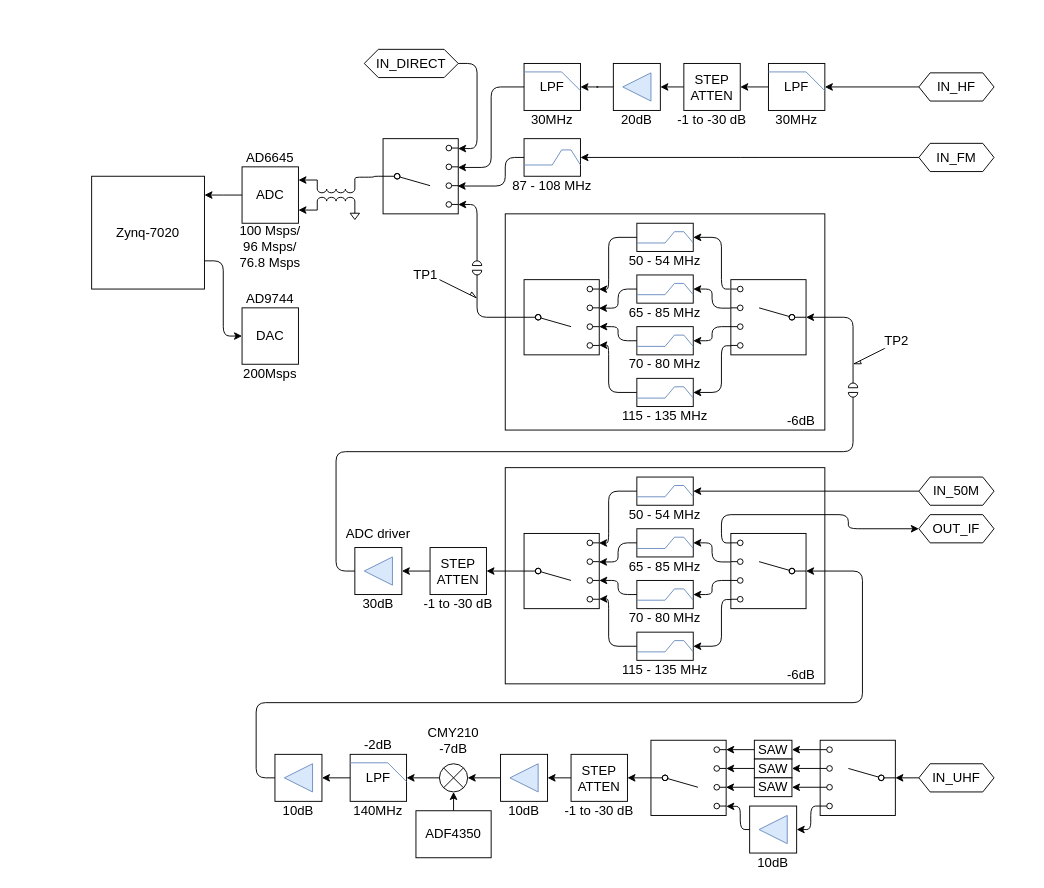
Earlier version of the draw.io diagram sdr6.drawio (gabriel-tenma-white/sdr6). Source tidied: cells renumbered, new cells numbered last; positions are measured from the earlier drawing's top-left corner, leaving out a move shared by most shapes. Both pictures are drawn from the tidied source at 94%, with x=0, y=0 at pixel (91, 49). Pictures stored in the file or linked from it are replaced by grey dashed boxes.
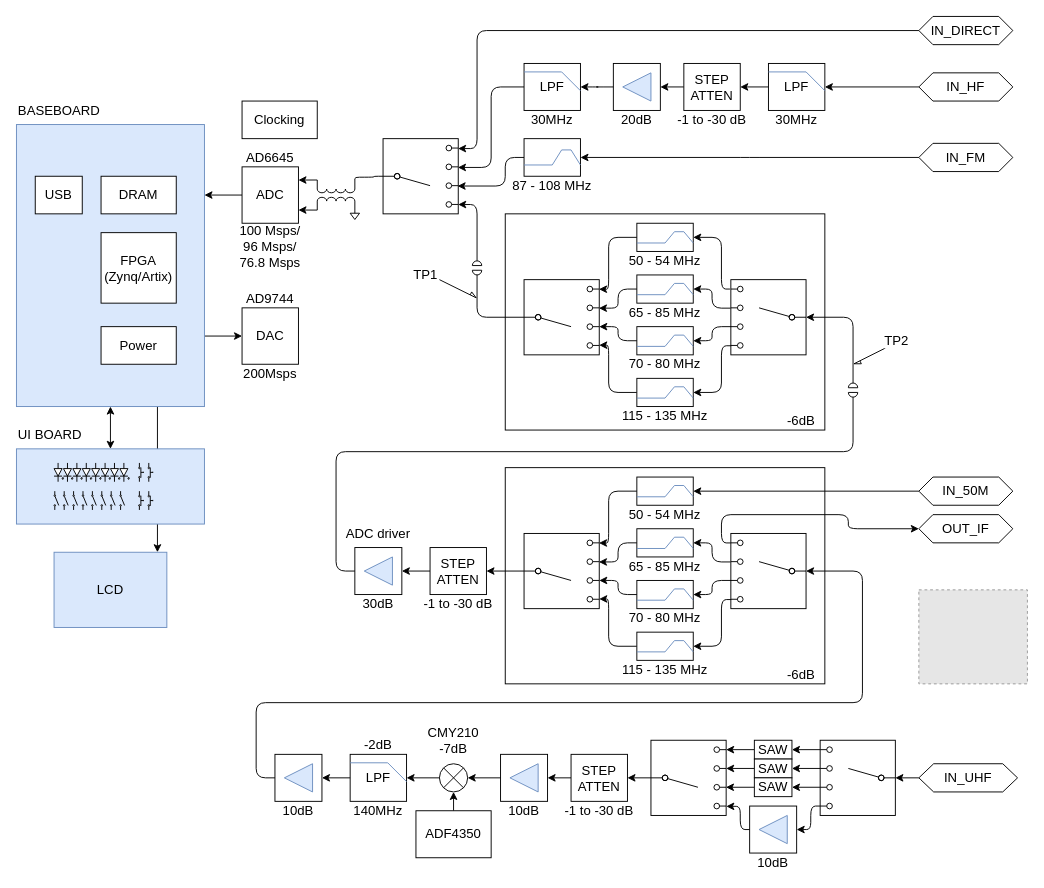
After the change.

Commit message (it also covers changes not shown here):
artix_baseboard wip

The change refers to these unchanged cells:
```xml
<mxCell id="5" value="ADC" style="rounded=0;whiteSpace=wrap;html=1;fontSize=14;" parent="1" vertex="1">
  <mxGeometry x="160" y="125" width="60" height="60" as="geometry" />
</mxCell>
<mxCell id="7" style="rounded=0;whiteSpace=wrap;html=1;rotation=180;" parent="6" vertex="1">
  <mxGeometry width="80" height="80" as="geometry" />
</mxCell>
<mxCell id="41" value="DAC" style="rounded=0;whiteSpace=wrap;html=1;fontSize=14;" parent="1" vertex="1">
  <mxGeometry x="160" y="275" width="60" height="60" as="geometry" />
</mxCell>
```

What changed in the source:
```diff
@@
-    <mxCell id="2" style="edgeStyle=elbowEdgeStyle;rounded=1;jettySize=auto;html=1;exitX=1;exitY=0.75;exitDx=0;exitDy=0;entryX=0;entryY=0.5;entryDx=0;entryDy=0;endArrow=classic;endFill=1;fontSize=12;" parent="1" edge="1" source="3" target="41">
-      <mxGeometry relative="1" as="geometry" />
-    </mxCell>
-    <mxCell id="3" value="Zynq-7020" style="whiteSpace=wrap;html=1;fontSize=14;" parent="1" vertex="1">
-      <mxGeometry y="135" width="120" height="120" as="geometry" />
-    </mxCell>
-    <mxCell id="4" style="edgeStyle=orthogonalEdgeStyle;rounded=0;jettySize=auto;html=1;exitX=0;exitY=0.5;exitDx=0;exitDy=0;endArrow=classic;endFill=1;fontSize=14;" parent="1" edge="1" source="5">
-      <mxGeometry relative="1" as="geometry">
-        <mxPoint x="120" y="155" as="targetPoint" />
-      </mxGeometry>
-    </mxCell>
+    <mxCell id="263" style="edgeStyle=orthogonalEdgeStyle;rounded=0;jettySize=auto;html=1;exitX=0;exitY=0.5;exitDx=0;exitDy=0;entryX=1;entryY=0.25;entryDx=0;entryDy=0;" parent="1" edge="1" source="5" target="267">
+      <mxGeometry relative="1" as="geometry" />
+    </mxCell>
@@
-    <mxCell id="14" style="edgeStyle=elbowEdgeStyle;rounded=1;jettySize=auto;html=1;exitX=0;exitY=0.5;exitDx=0;exitDy=0;entryX=0.002;entryY=0.868;entryDx=0;entryDy=0;entryPerimeter=0;endArrow=classic;endFill=1;fontSize=12;" parent="1" edge="1" source="15" target="7">
+    <mxCell id="14" style="edgeStyle=elbowEdgeStyle;rounded=1;jettySize=auto;html=1;exitX=1;exitY=0.5;exitDx=0;exitDy=0;entryX=0.002;entryY=0.868;entryDx=0;entryDy=0;entryPerimeter=0;endArrow=classic;endFill=1;fontSize=12;" parent="1" edge="1" source="15" target="7">
       <mxGeometry relative="1" as="geometry">
         <Array as="points">
           <mxPoint x="410" y="60" />
         </Array>
       </mxGeometry>
     </mxCell>
     <mxCell id="15" value="IN_DIRECT" style="shape=hexagon;perimeter=hexagonPerimeter2;whiteSpace=wrap;html=1;fontSize=14;direction=west;size=0.15;" parent="1" vertex="1">
-      <mxGeometry x="290" width="100" height="30" as="geometry" />
+      <mxGeometry x="880" y="-35" width="100" height="30" as="geometry" />
     </mxCell>
@@
     <mxCell id="37" value="IN_HF" style="shape=hexagon;perimeter=hexagonPerimeter2;whiteSpace=wrap;html=1;fontSize=14;direction=west;size=0.15;" parent="1" vertex="1">
-      <mxGeometry x="880" y="25" width="80" height="30" as="geometry" />
+      <mxGeometry x="880" y="25" width="100" height="30" as="geometry" />
     </mxCell>
@@
     <mxCell id="49" style="group;" parent="1" vertex="1">
-      <mxGeometry x="195" y="715" width="770" height="160" as="geometry" />
+      <mxGeometry x="195" y="715" width="790" height="160" as="geometry" />
     </mxCell>
@@
     <mxCell id="100" value="IN_UHF" style="shape=hexagon;perimeter=hexagonPerimeter2;whiteSpace=wrap;html=1;fontSize=14;direction=west;size=0.15;" parent="49" vertex="1">
-      <mxGeometry x="685" y="45" width="80" height="30" as="geometry" />
+      <mxGeometry x="685" y="45" width="105" height="30" as="geometry" />
     </mxCell>
@@
     <mxCell id="110" value="IN_FM" style="shape=hexagon;perimeter=hexagonPerimeter2;whiteSpace=wrap;html=1;fontSize=14;direction=west;size=0.15;" parent="1" vertex="1">
-      <mxGeometry x="880" y="100" width="80" height="30" as="geometry" />
+      <mxGeometry x="880" y="100" width="100" height="30" as="geometry" />
     </mxCell>
@@
     <mxCell id="182" value="IN_50M" style="shape=hexagon;perimeter=hexagonPerimeter2;whiteSpace=wrap;html=1;fontSize=14;direction=west;size=0.15;" parent="1" vertex="1">
-      <mxGeometry x="880" y="455" width="80" height="30" as="geometry" />
+      <mxGeometry x="880" y="455" width="100" height="30" as="geometry" />
     </mxCell>
     <mxCell id="183" value="OUT_IF" style="shape=hexagon;perimeter=hexagonPerimeter2;whiteSpace=wrap;html=1;fontSize=14;direction=west;size=0.15;" parent="1" vertex="1">
-      <mxGeometry x="880" y="495" width="80" height="30" as="geometry" />
+      <mxGeometry x="880" y="495" width="100" height="30" as="geometry" />
     </mxCell>
@@
+    <mxCell id="264" style="edgeStyle=orthogonalEdgeStyle;rounded=0;jettySize=auto;html=1;exitX=1;exitY=0.75;exitDx=0;exitDy=0;entryX=0;entryY=0.5;entryDx=0;entryDy=0;" parent="1" edge="1" source="267" target="41">
+      <mxGeometry relative="1" as="geometry" />
+    </mxCell>
+    <mxCell id="265" style="edgeStyle=elbowEdgeStyle;rounded=1;jettySize=auto;html=1;exitX=0.5;exitY=1;exitDx=0;exitDy=0;entryX=0.5;entryY=0;entryDx=0;entryDy=0;fontSize=14;startArrow=classic;startFill=1;" parent="1" edge="1" source="267" target="275">
+      <mxGeometry relative="1" as="geometry" />
+    </mxCell>
+    <mxCell id="266" style="edgeStyle=elbowEdgeStyle;rounded=1;jettySize=auto;html=1;exitX=0.75;exitY=1;exitDx=0;exitDy=0;startArrow=none;startFill=0;fontSize=14;" parent="1" edge="1" source="267" target="296">
+      <mxGeometry relative="1" as="geometry" />
+    </mxCell>
+    <mxCell id="267" style="rounded=0;whiteSpace=wrap;html=1;fillColor=#dae8fc;strokeColor=#6c8ebf;" parent="1" vertex="1">
+      <mxGeometry x="-80" y="80" width="200" height="300" as="geometry" />
+    </mxCell>
+    <mxCell id="268" value="BASEBOARD" style="text;html=1;strokeColor=none;fillColor=none;align=left;verticalAlign=middle;whiteSpace=wrap;rounded=0;fontSize=14;" parent="1" vertex="1">
+      <mxGeometry x="-80" y="55" width="120" height="20" as="geometry" />
+    </mxCell>
+    <mxCell id="269" value="FPGA&lt;br&gt;(Zynq/Artix)" style="rounded=0;whiteSpace=wrap;html=1;fontSize=14;align=center;" parent="1" vertex="1">
+      <mxGeometry x="10" y="195" width="80" height="75" as="geometry" />
+    </mxCell>
+    <mxCell id="270" value="Clocking" style="rounded=0;whiteSpace=wrap;html=1;fontSize=14;" parent="1" vertex="1">
+      <mxGeometry x="160" y="55" width="80" height="40" as="geometry" />
+    </mxCell>
+    <mxCell id="271" value="Power" style="rounded=0;whiteSpace=wrap;html=1;fontSize=14;align=center;" parent="1" vertex="1">
+      <mxGeometry x="10" y="295" width="80" height="40" as="geometry" />
+    </mxCell>
+    <mxCell id="272" value="DRAM" style="rounded=0;whiteSpace=wrap;html=1;fontSize=14;align=center;" parent="1" vertex="1">
+      <mxGeometry x="10" y="135" width="80" height="40" as="geometry" />
+    </mxCell>
+    <mxCell id="273" value="USB" style="rounded=0;whiteSpace=wrap;html=1;fontSize=14;align=center;" parent="1" vertex="1">
+      <mxGeometry x="-60" y="135" width="50" height="40" as="geometry" />
+    </mxCell>
+    <mxCell id="274" value="UI BOARD" style="text;html=1;strokeColor=none;fillColor=none;align=left;verticalAlign=middle;whiteSpace=wrap;rounded=0;fontSize=14;" parent="1" vertex="1">
+      <mxGeometry x="-80" y="395" width="130" height="30" as="geometry" />
+    </mxCell>
+    <mxCell id="275" style="rounded=0;whiteSpace=wrap;html=1;fontSize=14;align=center;fillColor=#dae8fc;strokeColor=#6c8ebf;" parent="1" vertex="1">
+      <mxGeometry x="-80" y="425" width="200" height="80" as="geometry" />
+    </mxCell>
+    <mxCell id="276" style="verticalLabelPosition=bottom;shadow=0;dashed=0;align=center;html=1;verticalAlign=top;shape=mxgraph.electrical.opto_electronics.led_2;fontSize=10;direction=south;" parent="1" vertex="1">
+      <mxGeometry x="-40" y="440" width="10" height="20" as="geometry" />
+    </mxCell>
+    <mxCell id="277" style="verticalLabelPosition=bottom;shadow=0;dashed=0;align=center;html=1;verticalAlign=top;shape=mxgraph.electrical.opto_electronics.led_2;fontSize=10;direction=south;" parent="1" vertex="1">
+      <mxGeometry x="-30" y="440" width="10" height="20" as="geometry" />
+    </mxCell>
+    <mxCell id="278" style="verticalLabelPosition=bottom;shadow=0;dashed=0;align=center;html=1;verticalAlign=top;shape=mxgraph.electrical.opto_electronics.led_2;fontSize=10;direction=south;" parent="1" vertex="1">
+      <mxGeometry x="-20" y="440" width="10" height="20" as="geometry" />
+    </mxCell>
+    <mxCell id="279" style="verticalLabelPosition=bottom;shadow=0;dashed=0;align=center;html=1;verticalAlign=top;shape=mxgraph.electrical.opto_electronics.led_2;fontSize=10;direction=south;" parent="1" vertex="1">
+      <mxGeometry x="-10" y="440" width="10" height="20" as="geometry" />
+    </mxCell>
+    <mxCell id="280" style="verticalLabelPosition=bottom;shadow=0;dashed=0;align=center;html=1;verticalAlign=top;shape=mxgraph.electrical.electro-mechanical.push_switch_no;fontSize=10;direction=south;" parent="1" vertex="1">
+      <mxGeometry x="50" y="440" width="5" height="20" as="geometry" />
+    </mxCell>
+    <mxCell id="281" style="verticalLabelPosition=bottom;shadow=0;dashed=0;align=center;html=1;verticalAlign=top;shape=mxgraph.electrical.electro-mechanical.simple_switch;fontSize=10;direction=south;" parent="1" vertex="1">
+      <mxGeometry x="-40" y="470" width="5" height="20" as="geometry" />
+    </mxCell>
+    <mxCell id="282" style="verticalLabelPosition=bottom;shadow=0;dashed=0;align=center;html=1;verticalAlign=top;shape=mxgraph.electrical.electro-mechanical.simple_switch;fontSize=10;direction=south;" parent="1" vertex="1">
+      <mxGeometry x="-30" y="470" width="5" height="20" as="geometry" />
+    </mxCell>
+    <mxCell id="283" style="verticalLabelPosition=bottom;shadow=0;dashed=0;align=center;html=1;verticalAlign=top;shape=mxgraph.electrical.electro-mechanical.simple_switch;fontSize=10;direction=south;" parent="1" vertex="1">
+      <mxGeometry x="-20" y="470" width="5" height="20" as="geometry" />
+    </mxCell>
+    <mxCell id="284" style="verticalLabelPosition=bottom;shadow=0;dashed=0;align=center;html=1;verticalAlign=top;shape=mxgraph.electrical.electro-mechanical.simple_switch;fontSize=10;direction=south;" parent="1" vertex="1">
+      <mxGeometry x="-10" y="470" width="5" height="20" as="geometry" />
+    </mxCell>
+    <mxCell id="285" style="verticalLabelPosition=bottom;shadow=0;dashed=0;align=center;html=1;verticalAlign=top;shape=mxgraph.electrical.electro-mechanical.push_switch_no;fontSize=10;direction=south;" parent="1" vertex="1">
+      <mxGeometry x="60" y="440" width="5" height="20" as="geometry" />
+    </mxCell>
+    <mxCell id="286" style="verticalLabelPosition=bottom;shadow=0;dashed=0;align=center;html=1;verticalAlign=top;shape=mxgraph.electrical.opto_electronics.led_2;fontSize=10;direction=south;" parent="1" vertex="1">
+      <mxGeometry y="440" width="10" height="20" as="geometry" />
+    </mxCell>
+    <mxCell id="287" style="verticalLabelPosition=bottom;shadow=0;dashed=0;align=center;html=1;verticalAlign=top;shape=mxgraph.electrical.opto_electronics.led_2;fontSize=10;direction=south;" parent="1" vertex="1">
+      <mxGeometry x="10" y="440" width="10" height="20" as="geometry" />
+    </mxCell>
+    <mxCell id="288" style="verticalLabelPosition=bottom;shadow=0;dashed=0;align=center;html=1;verticalAlign=top;shape=mxgraph.electrical.opto_electronics.led_2;fontSize=10;direction=south;" parent="1" vertex="1">
+      <mxGeometry x="20" y="440" width="10" height="20" as="geometry" />
+    </mxCell>
+    <mxCell id="289" style="verticalLabelPosition=bottom;shadow=0;dashed=0;align=center;html=1;verticalAlign=top;shape=mxgraph.electrical.opto_electronics.led_2;fontSize=10;direction=south;" parent="1" vertex="1">
+      <mxGeometry x="30" y="440" width="10" height="20" as="geometry" />
+    </mxCell>
+    <mxCell id="290" style="verticalLabelPosition=bottom;shadow=0;dashed=0;align=center;html=1;verticalAlign=top;shape=mxgraph.electrical.electro-mechanical.simple_switch;fontSize=10;direction=south;" parent="1" vertex="1">
+      <mxGeometry y="470" width="5" height="20" as="geometry" />
+    </mxCell>
+    <mxCell id="291" style="verticalLabelPosition=bottom;shadow=0;dashed=0;align=center;html=1;verticalAlign=top;shape=mxgraph.electrical.electro-mechanical.simple_switch;fontSize=10;direction=south;" parent="1" vertex="1">
+      <mxGeometry x="10" y="470" width="5" height="20" as="geometry" />
+    </mxCell>
+    <mxCell id="292" style="verticalLabelPosition=bottom;shadow=0;dashed=0;align=center;html=1;verticalAlign=top;shape=mxgraph.electrical.electro-mechanical.simple_switch;fontSize=10;direction=south;" parent="1" vertex="1">
+      <mxGeometry x="20" y="470" width="5" height="20" as="geometry" />
+    </mxCell>
+    <mxCell id="293" style="verticalLabelPosition=bottom;shadow=0;dashed=0;align=center;html=1;verticalAlign=top;shape=mxgraph.electrical.electro-mechanical.simple_switch;fontSize=10;direction=south;" parent="1" vertex="1">
+      <mxGeometry x="30" y="470" width="5" height="20" as="geometry" />
+    </mxCell>
+    <mxCell id="294" style="verticalLabelPosition=bottom;shadow=0;dashed=0;align=center;html=1;verticalAlign=top;shape=mxgraph.electrical.electro-mechanical.push_switch_no;fontSize=10;direction=south;" parent="1" vertex="1">
+      <mxGeometry x="50" y="470" width="5" height="20" as="geometry" />
+    </mxCell>
+    <mxCell id="295" style="verticalLabelPosition=bottom;shadow=0;dashed=0;align=center;html=1;verticalAlign=top;shape=mxgraph.electrical.electro-mechanical.push_switch_no;fontSize=10;direction=south;" parent="1" vertex="1">
+      <mxGeometry x="60" y="470" width="5" height="20" as="geometry" />
+    </mxCell>
+    <mxCell id="296" value="LCD" style="rounded=0;whiteSpace=wrap;html=1;fontSize=14;align=center;fillColor=#dae8fc;strokeColor=#6c8ebf;" parent="1" vertex="1">
+      <mxGeometry x="-40" y="535" width="120" height="80" as="geometry" />
+    </mxCell>
+    <mxCell id="297" style="fillColor=#E6E6E6;strokeColor=#999999;dashed=1;verticalLabelPosition=bottom;verticalAlign=top;fontSize=14;align=center;" parent="1" vertex="1">
+      <mxGeometry x="880" y="575" width="115.5" height="100" as="geometry" />
+    </mxCell>
```
